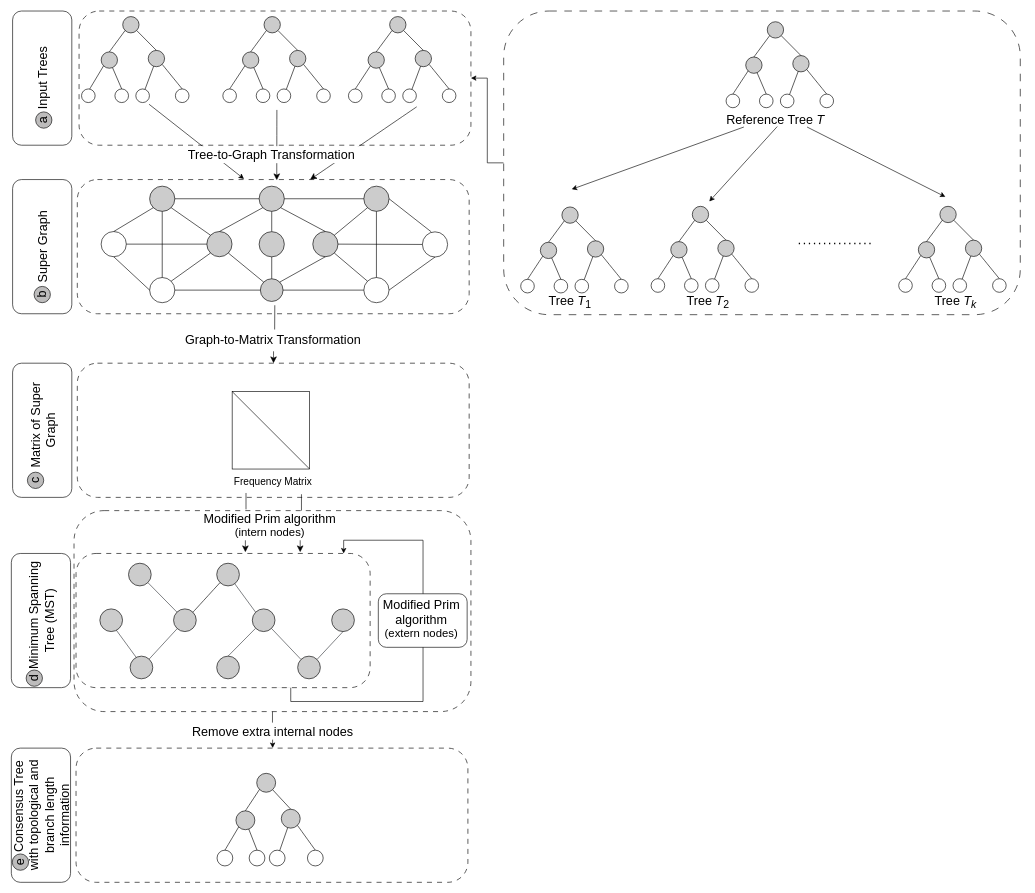
Before: page "ISMB_v5" (1 of 10) of img/Fig1.drawio in tahiri-lab/PrismTree, a draw.io diagram. Source tidied: cells renumbered, new cells numbered last; positions are measured from the earlier drawing's top-left corner, leaving out a move shared by most shapes. Both pictures are drawn from the tidied source at 63%, with x=0, y=0 at pixel (-26, 11).
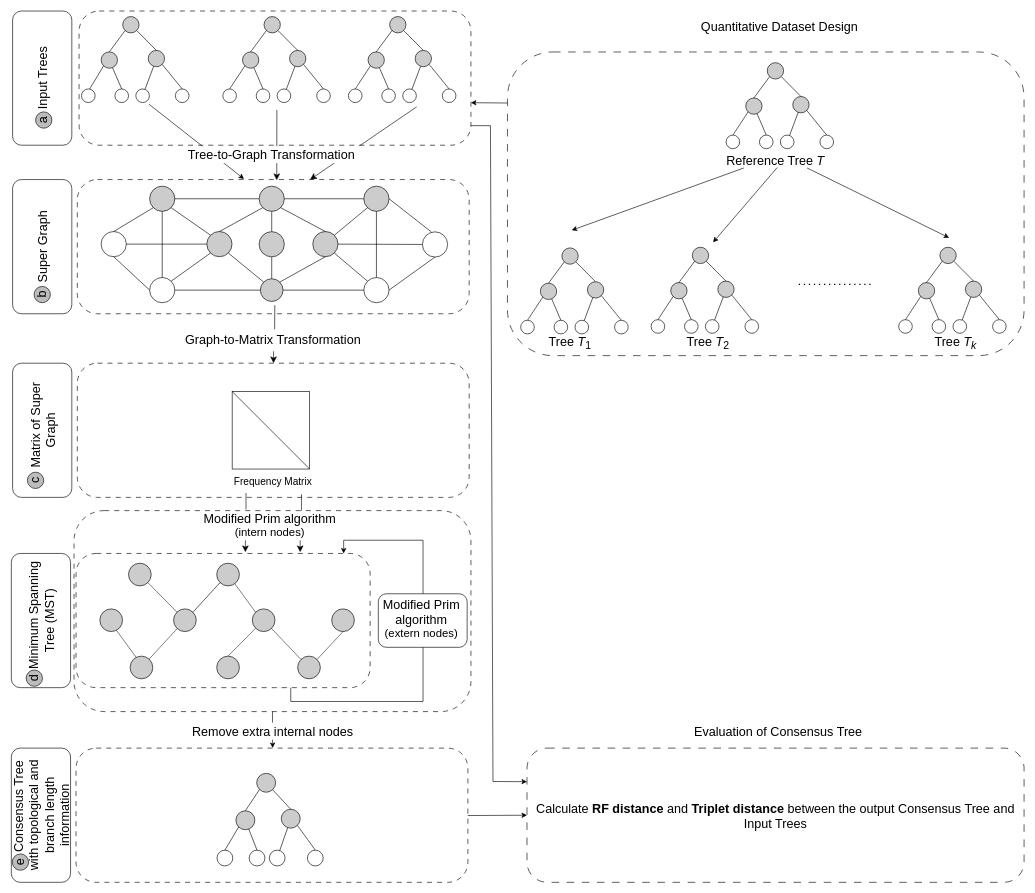
Above is the later version.

Unchanged cells that the change refers to:
```xml
<mxCell id="8" style="rounded=1;whiteSpace=wrap;html=1;fontSize=16;dashed=1;dashPattern=8 8;" parent="1" vertex="1">
  <mxGeometry x="167" width="622" height="213" as="geometry" />
</mxCell>
```

Diff of the diagram source:
```diff
@@
-    <mxCell id="126" style="edgeStyle=orthogonalEdgeStyle;rounded=0;jettySize=auto;html=1;entryX=1;entryY=0.5;entryDx=0;entryDy=0;" parent="1" edge="1" source="127" target="8">
-      <mxGeometry relative="1" as="geometry" />
+    <mxCell id="126" style="edgeStyle=orthogonalEdgeStyle;rounded=0;orthogonalLoop=1;jettySize=auto;html=1;entryX=1;entryY=0.5;entryDx=0;entryDy=0;exitX=0.009;exitY=0.091;exitDx=0;exitDy=0;exitPerimeter=0;" parent="1" edge="1">
+      <mxGeometry relative="1" as="geometry">
+        <mxPoint x="854.4" y="147.9" as="sourcePoint" />
+        <mxPoint x="789" y="145.5" as="targetPoint" />
+        <Array as="points">
+          <mxPoint x="854" y="146" />
+          <mxPoint x="847" y="146" />
+        </Array>
+      </mxGeometry>
     </mxCell>
     <mxCell id="127" style="rounded=1;whiteSpace=wrap;html=1;dashed=1;dashPattern=12 12;" parent="1" vertex="1">
-      <mxGeometry x="841" width="820" height="482" as="geometry" />
+      <mxGeometry x="847" y="65" width="820" height="482" as="geometry" />
     </mxCell>
     <mxCell id="128" style="endArrow=none;dashed=1;html=1;dashPattern=1 3;strokeWidth=2;rounded=0;" parent="1" edge="1">
       <mxGeometry relative="1" as="geometry">
-        <mxPoint x="1309.4" y="369" as="sourcePoint" />
-        <mxPoint x="1425" y="369" as="targetPoint" />
+        <mxPoint x="1309.4" y="434" as="sourcePoint" />
+        <mxPoint x="1425" y="434" as="targetPoint" />
       </mxGeometry>
     </mxCell>
@@
     <mxCell id="167" value="&lt;b&gt;&lt;br&gt;&lt;/b&gt;" style="ellipse;whiteSpace=wrap;html=1;fontSize=20;fillColor=#CCCCCC;" parent="1" vertex="1">
-      <mxGeometry x="1225.2" y="73" width="25.9" height="25.9" as="geometry" />
+      <mxGeometry x="1225.2" y="138" width="25.9" height="25.9" as="geometry" />
     </mxCell>
     <mxCell id="168" value="&lt;b&gt;&lt;br&gt;&lt;/b&gt;" style="ellipse;whiteSpace=wrap;html=1;fontSize=20;fillColor=#CCCCCC;" parent="1" vertex="1">
-      <mxGeometry x="1299.9" y="70.7" width="25.9" height="25.9" as="geometry" />
+      <mxGeometry x="1299.9" y="135.7" width="25.9" height="25.9" as="geometry" />
     </mxCell>
@@
     <mxCell id="170" value="&lt;b&gt;&lt;br&gt;&lt;/b&gt;" style="ellipse;whiteSpace=wrap;html=1;fontSize=20;fillColor=#CCCCCC;" parent="1" vertex="1">
-      <mxGeometry x="1259.4" y="17" width="25.9" height="25.9" as="geometry" />
+      <mxGeometry x="1259.4" y="82" width="25.9" height="25.9" as="geometry" />
     </mxCell>
@@
     <mxCell id="172" style="ellipse;whiteSpace=wrap;html=1;fontSize=20;" parent="1" vertex="1">
-      <mxGeometry x="1194" y="131.9" width="21.6" height="21.6" as="geometry" />
+      <mxGeometry x="1194" y="196.9" width="21.6" height="21.6" as="geometry" />
     </mxCell>
     <mxCell id="173" style="ellipse;whiteSpace=wrap;html=1;fontSize=20;" parent="1" vertex="1">
-      <mxGeometry x="1247" y="131.9" width="21.6" height="21.6" as="geometry" />
+      <mxGeometry x="1247" y="196.9" width="21.6" height="21.6" as="geometry" />
     </mxCell>
     <mxCell id="174" style="ellipse;whiteSpace=wrap;html=1;fontSize=20;" parent="1" vertex="1">
-      <mxGeometry x="1280.2" y="131.9" width="21.6" height="21.6" as="geometry" />
+      <mxGeometry x="1280.2" y="196.9" width="21.6" height="21.6" as="geometry" />
     </mxCell>
     <mxCell id="175" style="ellipse;whiteSpace=wrap;html=1;fontSize=20;" parent="1" vertex="1">
-      <mxGeometry x="1343" y="131.9" width="21.6" height="21.6" as="geometry" />
+      <mxGeometry x="1343" y="196.9" width="21.6" height="21.6" as="geometry" />
     </mxCell>
@@
     <mxCell id="180" value="&lt;b&gt;&lt;br&gt;&lt;/b&gt;" style="ellipse;whiteSpace=wrap;html=1;fontSize=20;fillColor=#CCCCCC;" parent="1" vertex="1">
-      <mxGeometry x="899.2" y="367" width="25.9" height="25.9" as="geometry" />
+      <mxGeometry x="899.2" y="432" width="25.9" height="25.9" as="geometry" />
     </mxCell>
     <mxCell id="181" value="&lt;b&gt;&lt;br&gt;&lt;/b&gt;" style="ellipse;whiteSpace=wrap;html=1;fontSize=20;fillColor=#CCCCCC;" parent="1" vertex="1">
-      <mxGeometry x="973.9" y="364.7" width="25.9" height="25.9" as="geometry" />
+      <mxGeometry x="973.9" y="429.7" width="25.9" height="25.9" as="geometry" />
     </mxCell>
@@
     <mxCell id="183" value="&lt;b&gt;&lt;br&gt;&lt;/b&gt;" style="ellipse;whiteSpace=wrap;html=1;fontSize=20;fillColor=#CCCCCC;" parent="1" vertex="1">
-      <mxGeometry x="933.4" y="311" width="25.9" height="25.9" as="geometry" />
+      <mxGeometry x="933.4" y="376" width="25.9" height="25.9" as="geometry" />
     </mxCell>
@@
     <mxCell id="185" style="ellipse;whiteSpace=wrap;html=1;fontSize=20;" parent="1" vertex="1">
-      <mxGeometry x="868" y="425.9" width="21.6" height="21.6" as="geometry" />
+      <mxGeometry x="868" y="490.9" width="21.6" height="21.6" as="geometry" />
     </mxCell>
     <mxCell id="186" style="ellipse;whiteSpace=wrap;html=1;fontSize=20;" parent="1" vertex="1">
-      <mxGeometry x="921" y="425.9" width="21.6" height="21.6" as="geometry" />
+      <mxGeometry x="921" y="490.9" width="21.6" height="21.6" as="geometry" />
     </mxCell>
     <mxCell id="187" style="ellipse;whiteSpace=wrap;html=1;fontSize=20;" parent="1" vertex="1">
-      <mxGeometry x="954.2" y="425.9" width="21.6" height="21.6" as="geometry" />
+      <mxGeometry x="954.2" y="490.9" width="21.6" height="21.6" as="geometry" />
     </mxCell>
     <mxCell id="188" style="ellipse;whiteSpace=wrap;html=1;fontSize=20;" parent="1" vertex="1">
-      <mxGeometry x="1017" y="425.9" width="21.6" height="21.6" as="geometry" />
+      <mxGeometry x="1017" y="490.9" width="21.6" height="21.6" as="geometry" />
     </mxCell>
@@
     <mxCell id="193" value="&lt;b&gt;&lt;br&gt;&lt;/b&gt;" style="ellipse;whiteSpace=wrap;html=1;fontSize=20;fillColor=#CCCCCC;" parent="1" vertex="1">
-      <mxGeometry x="1106.2" y="366" width="25.9" height="25.9" as="geometry" />
+      <mxGeometry x="1106.2" y="431" width="25.9" height="25.9" as="geometry" />
     </mxCell>
     <mxCell id="194" value="&lt;b&gt;&lt;br&gt;&lt;/b&gt;" style="ellipse;whiteSpace=wrap;html=1;fontSize=20;fillColor=#CCCCCC;" parent="1" vertex="1">
-      <mxGeometry x="1180.9" y="363.7" width="25.9" height="25.9" as="geometry" />
+      <mxGeometry x="1180.9" y="428.7" width="25.9" height="25.9" as="geometry" />
     </mxCell>
@@
     <mxCell id="196" value="&lt;b&gt;&lt;br&gt;&lt;/b&gt;" style="ellipse;whiteSpace=wrap;html=1;fontSize=20;fillColor=#CCCCCC;" parent="1" vertex="1">
-      <mxGeometry x="1140.4" y="310" width="25.9" height="25.9" as="geometry" />
+      <mxGeometry x="1140.4" y="375" width="25.9" height="25.9" as="geometry" />
     </mxCell>
@@
     <mxCell id="198" style="ellipse;whiteSpace=wrap;html=1;fontSize=20;" parent="1" vertex="1">
-      <mxGeometry x="1075" y="424.9" width="21.6" height="21.6" as="geometry" />
+      <mxGeometry x="1075" y="489.9" width="21.6" height="21.6" as="geometry" />
     </mxCell>
     <mxCell id="199" style="ellipse;whiteSpace=wrap;html=1;fontSize=20;" parent="1" vertex="1">
-      <mxGeometry x="1128" y="424.9" width="21.6" height="21.6" as="geometry" />
+      <mxGeometry x="1128" y="489.9" width="21.6" height="21.6" as="geometry" />
     </mxCell>
     <mxCell id="200" style="ellipse;whiteSpace=wrap;html=1;fontSize=20;" parent="1" vertex="1">
-      <mxGeometry x="1161.2" y="424.9" width="21.6" height="21.6" as="geometry" />
+      <mxGeometry x="1161.2" y="489.9" width="21.6" height="21.6" as="geometry" />
     </mxCell>
     <mxCell id="201" style="ellipse;whiteSpace=wrap;html=1;fontSize=20;" parent="1" vertex="1">
-      <mxGeometry x="1224" y="424.9" width="21.6" height="21.6" as="geometry" />
+      <mxGeometry x="1224" y="489.9" width="21.6" height="21.6" as="geometry" />
     </mxCell>
@@
     <mxCell id="206" value="&lt;b&gt;&lt;br&gt;&lt;/b&gt;" style="ellipse;whiteSpace=wrap;html=1;fontSize=20;fillColor=#CCCCCC;" parent="1" vertex="1">
-      <mxGeometry x="1499.2" y="366" width="25.9" height="25.9" as="geometry" />
+      <mxGeometry x="1499.2" y="431" width="25.9" height="25.9" as="geometry" />
     </mxCell>
     <mxCell id="207" value="&lt;b&gt;&lt;br&gt;&lt;/b&gt;" style="ellipse;whiteSpace=wrap;html=1;fontSize=20;fillColor=#CCCCCC;" parent="1" vertex="1">
-      <mxGeometry x="1573.9" y="363.7" width="25.9" height="25.9" as="geometry" />
+      <mxGeometry x="1573.9" y="428.7" width="25.9" height="25.9" as="geometry" />
     </mxCell>
@@
     <mxCell id="209" value="&lt;b&gt;&lt;br&gt;&lt;/b&gt;" style="ellipse;whiteSpace=wrap;html=1;fontSize=20;fillColor=#CCCCCC;" parent="1" vertex="1">
-      <mxGeometry x="1533.4" y="310" width="25.9" height="25.9" as="geometry" />
+      <mxGeometry x="1533.4" y="375" width="25.9" height="25.9" as="geometry" />
     </mxCell>
@@
     <mxCell id="211" style="ellipse;whiteSpace=wrap;html=1;fontSize=20;" parent="1" vertex="1">
-      <mxGeometry x="1468" y="424.9" width="21.6" height="21.6" as="geometry" />
+      <mxGeometry x="1468" y="489.9" width="21.6" height="21.6" as="geometry" />
     </mxCell>
     <mxCell id="212" style="ellipse;whiteSpace=wrap;html=1;fontSize=20;" parent="1" vertex="1">
-      <mxGeometry x="1521" y="424.9" width="21.6" height="21.6" as="geometry" />
+      <mxGeometry x="1521" y="489.9" width="21.6" height="21.6" as="geometry" />
     </mxCell>
     <mxCell id="213" style="ellipse;whiteSpace=wrap;html=1;fontSize=20;" parent="1" vertex="1">
-      <mxGeometry x="1554.2" y="424.9" width="21.6" height="21.6" as="geometry" />
+      <mxGeometry x="1554.2" y="489.9" width="21.6" height="21.6" as="geometry" />
     </mxCell>
     <mxCell id="214" style="ellipse;whiteSpace=wrap;html=1;fontSize=20;" parent="1" vertex="1">
-      <mxGeometry x="1617" y="424.9" width="21.6" height="21.6" as="geometry" />
+      <mxGeometry x="1617" y="489.9" width="21.6" height="21.6" as="geometry" />
     </mxCell>
@@
     <mxCell id="219" value="&lt;font style=&quot;font-size: 20px;&quot;&gt;Reference Tree &lt;i&gt;T&lt;/i&gt;&lt;/font&gt;" style="text;strokeColor=none;fillColor=none;html=1;align=center;verticalAlign=middle;whiteSpace=wrap;rounded=0;fontSize=16;" parent="1" vertex="1">
-      <mxGeometry x="1172.1" y="160.1" width="200.6" height="24" as="geometry" />
+      <mxGeometry x="1172.1" y="225.1" width="200.6" height="24" as="geometry" />
     </mxCell>
     <mxCell id="220" value="&lt;font style=&quot;font-size: 20px;&quot;&gt;Tree &lt;i&gt;T&lt;/i&gt;&lt;sub style=&quot;&quot;&gt;1&lt;/sub&gt;&lt;/font&gt;" style="text;strokeColor=none;fillColor=none;html=1;align=center;verticalAlign=middle;whiteSpace=wrap;rounded=0;fontSize=16;" parent="1" vertex="1">
-      <mxGeometry x="846.1" y="450" width="200.6" height="24" as="geometry" />
+      <mxGeometry x="846.1" y="515" width="200.6" height="24" as="geometry" />
     </mxCell>
     <mxCell id="221" value="&lt;font style=&quot;font-size: 20px;&quot;&gt;Tree &lt;i&gt;T&lt;/i&gt;&lt;sub style=&quot;&quot;&gt;2&lt;/sub&gt;&lt;/font&gt;" style="text;strokeColor=none;fillColor=none;html=1;align=center;verticalAlign=middle;whiteSpace=wrap;rounded=0;fontSize=16;" parent="1" vertex="1">
-      <mxGeometry x="1065" y="450" width="200.6" height="24" as="geometry" />
+      <mxGeometry x="1065" y="515" width="200.6" height="24" as="geometry" />
     </mxCell>
     <mxCell id="222" value="&lt;font style=&quot;font-size: 20px;&quot;&gt;Tree &lt;i&gt;T&lt;/i&gt;&lt;sub style=&quot;&quot;&gt;&lt;i&gt;k&lt;/i&gt;&lt;/sub&gt;&lt;/font&gt;" style="text;strokeColor=none;fillColor=none;html=1;align=center;verticalAlign=middle;whiteSpace=wrap;rounded=0;fontSize=16;" parent="1" vertex="1">
-      <mxGeometry x="1458.1" y="450" width="200.6" height="24" as="geometry" />
+      <mxGeometry x="1458.1" y="515" width="200.6" height="24" as="geometry" />
     </mxCell>
     <mxCell id="223" style="endArrow=classic;html=1;rounded=0;exitX=0.25;exitY=1;exitDx=0;exitDy=0;" parent="1" edge="1" source="219">
       <mxGeometry relative="1" as="geometry">
-        <mxPoint x="949" y="283" as="targetPoint" />
+        <mxPoint x="949" y="348" as="targetPoint" />
       </mxGeometry>
     </mxCell>
@@
+    <mxCell id="226" value="&lt;font style=&quot;font-size: 20px;&quot;&gt;Calculate &lt;b style=&quot;&quot;&gt;RF distance&lt;/b&gt; and &lt;b style=&quot;&quot;&gt;Triplet distance&lt;/b&gt; between the output Consensus Tree and Input Trees&lt;/font&gt;" style="rounded=1;whiteSpace=wrap;html=1;dashed=1;dashPattern=12 12;fontSize=15;" parent="1" vertex="1">
+      <mxGeometry x="878" y="1170" width="789" height="213" as="geometry" />
+    </mxCell>
+    <mxCell id="227" style="endArrow=classic;html=1;rounded=0;exitX=1;exitY=0.5;exitDx=0;exitDy=0;entryX=0;entryY=0.5;entryDx=0;entryDy=0;" parent="1" edge="1" target="226">
+      <mxGeometry relative="1" as="geometry">
+        <mxPoint x="784" y="1277" as="sourcePoint" />
+      </mxGeometry>
+    </mxCell>
+    <mxCell id="228" style="endArrow=classic;html=1;rounded=0;exitX=1;exitY=0.854;exitDx=0;exitDy=0;exitPerimeter=0;entryX=0;entryY=0.25;entryDx=0;entryDy=0;" parent="1" edge="1" source="8" target="226">
+      <mxGeometry relative="1" as="geometry">
+        <Array as="points">
+          <mxPoint x="820" y="182" />
+          <mxPoint x="824" y="1223" />
+        </Array>
+      </mxGeometry>
+    </mxCell>
+    <mxCell id="229" value="&lt;font style=&quot;font-size: 20px;&quot;&gt;Evaluation of Consensus Tree&lt;/font&gt;" style="text;strokeColor=none;fillColor=none;html=1;align=center;verticalAlign=middle;whiteSpace=wrap;rounded=0;fontSize=16;" parent="1" vertex="1">
+      <mxGeometry x="889" y="1128" width="776" height="30" as="geometry" />
+    </mxCell>
+    <mxCell id="230" value="&lt;font style=&quot;font-size: 20px;&quot;&gt;Quantitative Dataset Design&lt;/font&gt;" style="text;strokeColor=none;fillColor=none;html=1;align=center;verticalAlign=middle;whiteSpace=wrap;rounded=0;fontSize=16;" parent="1" vertex="1">
+      <mxGeometry x="891" y="8.8" width="776" height="30" as="geometry" />
+    </mxCell>
```
